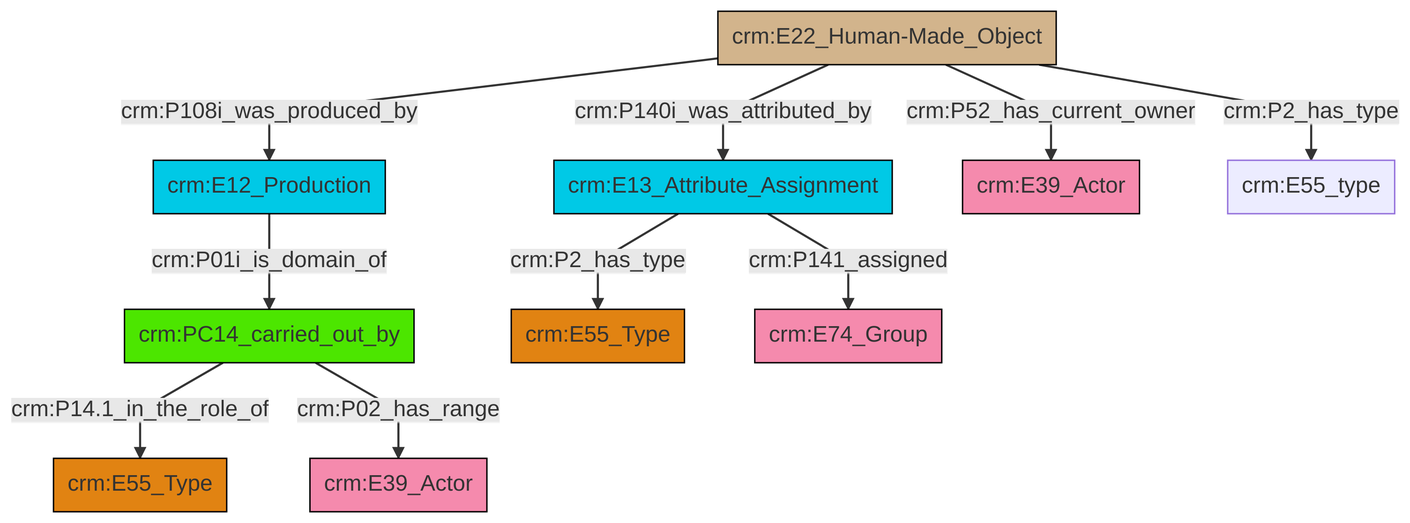
swiss-art-research-net/reference-data-models keeps this Mermaid diagram as et/builtWorkCSV/ttl/mmd/png/Built_Work_actor_relations.png. Above is the earlier version. Its source is kept beside it as et/builtWorkCSV/ttl/mmd/Built_Work_actor_relations.ttl.mmd. Source of this version:
```mermaid
graph TD
classDef Literal fill:#f2f2f2,stroke:#000000;
classDef CRM_Entity fill:#FFFFFF,stroke:#000000;
classDef Temporal_Entity fill:#00C9E6, stroke:#000000;
classDef Type fill:#E18312, stroke:#000000;
classDef Time-Span fill:#2C9C91, stroke:#000000;
classDef Appellation fill:#FFEB7F, stroke:#000000;
classDef Place fill:#008836, stroke:#000000;
classDef Persistent_Item fill:#B266B2, stroke:#000000;
classDef Conceptual_Object fill:#FFD700, stroke:#000000;
classDef Physical_Thing fill:#D2B48C, stroke:#000000;
classDef Actor fill:#f58aad, stroke:#000000;
classDef PC_Classes fill:#4ce600, stroke:#000000;
classDef Multi fill:#cccccc,stroke:#000000;

2["crm:E22_Human-Made_Object"]:::Physical_Thing -->|crm:P108i_was_produced_by| 3["crm:E12_Production"]:::Temporal_Entity
3["crm:E12_Production"]:::Temporal_Entity -->|crm:P01i_is_domain_of| 8["crm:PC14_carried_out_by"]:::PC_Classes
8["crm:PC14_carried_out_by"]:::PC_Classes -->|crm:P14.1_in_the_role_of| 4["crm:E55_Type"]:::Type
8["crm:PC14_carried_out_by"]:::PC_Classes -->|crm:P02_has_range| 10["crm:E39_Actor"]:::Actor
2["crm:E22_Human-Made_Object"]:::Physical_Thing -->|crm:P140i_was_attributed_by| 11["crm:E13_Attribute_Assignment"]:::Temporal_Entity
2["crm:E22_Human-Made_Object"]:::Physical_Thing -->|crm:P52_has_current_owner| 15["crm:E39_Actor"]:::Actor
2["crm:E22_Human-Made_Object"]:::Physical_Thing -->|crm:P2_has_type| 0["crm:E55_type"]:::Default
11["crm:E13_Attribute_Assignment"]:::Temporal_Entity -->|crm:P2_has_type| 6["crm:E55_Type"]:::Type
11["crm:E13_Attribute_Assignment"]:::Temporal_Entity -->|crm:P141_assigned| 18["crm:E74_Group"]:::Actor
```
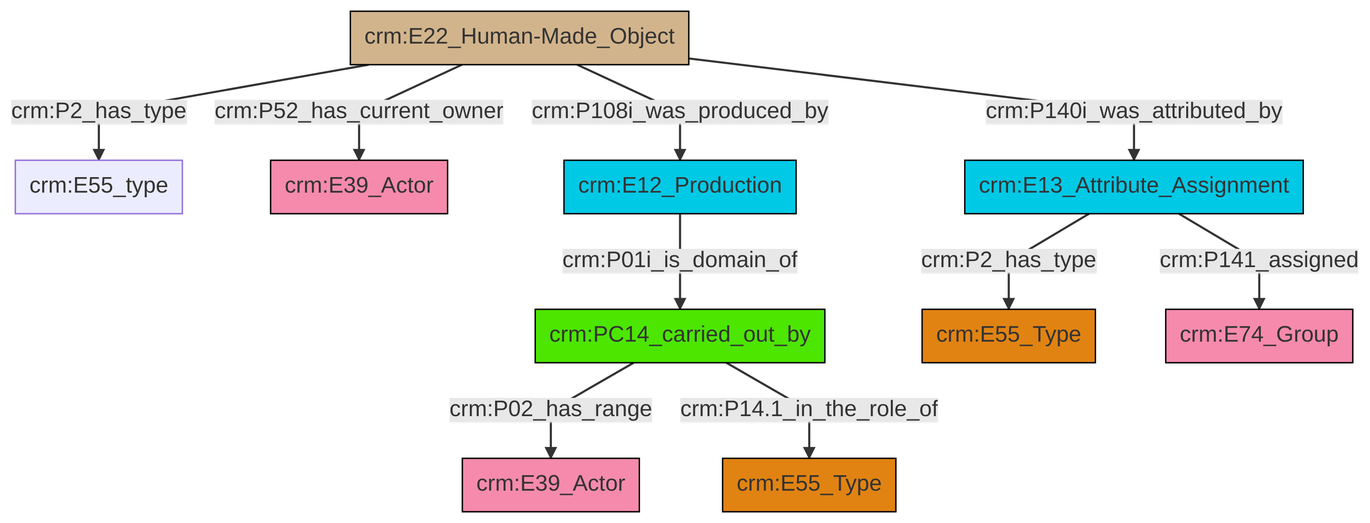
The same file after the commit.

The edit, as a diff of the source:
```diff
@@ -13,12 +13,12 @@
 classDef PC_Classes fill:#4ce600, stroke:#000000;
 classDef Multi fill:#cccccc,stroke:#000000;
 
-2["crm:E22_Human-Made_Object"]:::Physical_Thing -->|crm:P108i_was_produced_by| 3["crm:E12_Production"]:::Temporal_Entity
-3["crm:E12_Production"]:::Temporal_Entity -->|crm:P01i_is_domain_of| 8["crm:PC14_carried_out_by"]:::PC_Classes
-8["crm:PC14_carried_out_by"]:::PC_Classes -->|crm:P14.1_in_the_role_of| 4["crm:E55_Type"]:::Type
-8["crm:PC14_carried_out_by"]:::PC_Classes -->|crm:P02_has_range| 10["crm:E39_Actor"]:::Actor
-2["crm:E22_Human-Made_Object"]:::Physical_Thing -->|crm:P140i_was_attributed_by| 11["crm:E13_Attribute_Assignment"]:::Temporal_Entity
-2["crm:E22_Human-Made_Object"]:::Physical_Thing -->|crm:P52_has_current_owner| 15["crm:E39_Actor"]:::Actor
-2["crm:E22_Human-Made_Object"]:::Physical_Thing -->|crm:P2_has_type| 0["crm:E55_type"]:::Default
-11["crm:E13_Attribute_Assignment"]:::Temporal_Entity -->|crm:P2_has_type| 6["crm:E55_Type"]:::Type
-11["crm:E13_Attribute_Assignment"]:::Temporal_Entity -->|crm:P141_assigned| 18["crm:E74_Group"]:::Actor
+0["crm:E22_Human-Made_Object"]:::Physical_Thing -->|crm:P2_has_type| 1["crm:E55_type"]:::Default
+0["crm:E22_Human-Made_Object"]:::Physical_Thing -->|crm:P140i_was_attributed_by| 4["crm:E13_Attribute_Assignment"]:::Temporal_Entity
+0["crm:E22_Human-Made_Object"]:::Physical_Thing -->|crm:P52_has_current_owner| 2["crm:E39_Actor"]:::Actor
+5["crm:PC14_carried_out_by"]:::PC_Classes -->|crm:P02_has_range| 10["crm:E39_Actor"]:::Actor
+4["crm:E13_Attribute_Assignment"]:::Temporal_Entity -->|crm:P141_assigned| 11["crm:E74_Group"]:::Actor
+5["crm:PC14_carried_out_by"]:::PC_Classes -->|crm:P14.1_in_the_role_of| 13["crm:E55_Type"]:::Type
+4["crm:E13_Attribute_Assignment"]:::Temporal_Entity -->|crm:P2_has_type| 8["crm:E55_Type"]:::Type
+18["crm:E12_Production"]:::Temporal_Entity -->|crm:P01i_is_domain_of| 5["crm:PC14_carried_out_by"]:::PC_Classes
+0["crm:E22_Human-Made_Object"]:::Physical_Thing -->|crm:P108i_was_produced_by| 18["crm:E12_Production"]:::Temporal_Entity
```
